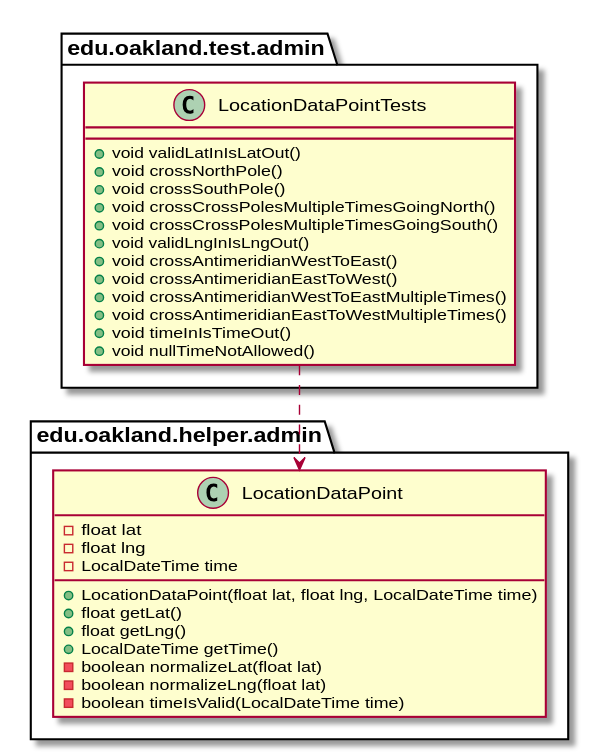
Before: docs/uml-class-diagrams/admin/test/LocationDataPointTests/LocationDataPointTests_Closure.svg, a diagram exported from PlantUML (andrewdimmer/csi-3370-software-project).
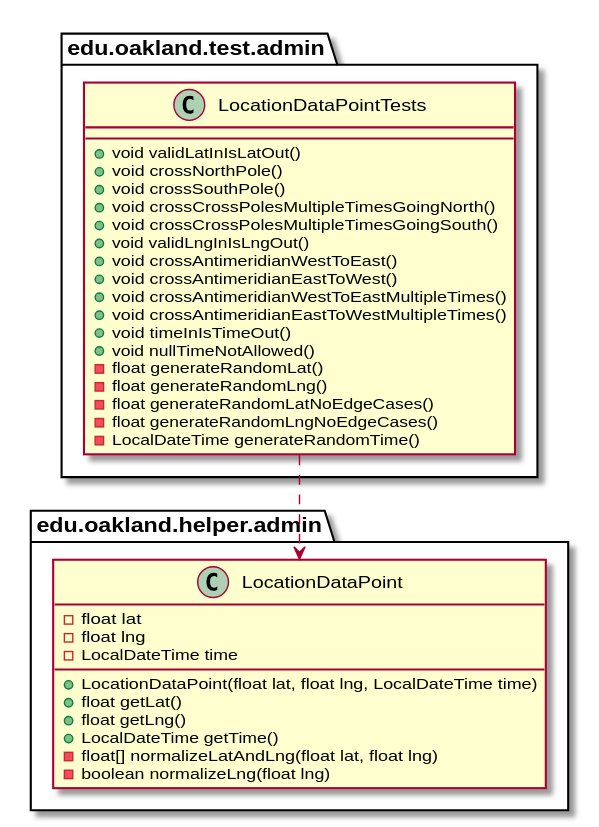
Later version of the same file.

Diff of the diagram source:
```diff
@@ -15,6 +15,11 @@
         + void crossAntimeridianEastToWestMultipleTimes()
         + void timeInIsTimeOut()
         + void nullTimeNotAllowed()
+        - float generateRandomLat()
+        - float generateRandomLng()
+        - float generateRandomLatNoEdgeCases()
+        - float generateRandomLngNoEdgeCases()
+        - LocalDateTime generateRandomTime()
     }
 }
 
@@ -30,9 +35,8 @@
         + float getLat()
         + float getLng()
         + LocalDateTime getTime()
-        - boolean normalizeLat(float lat)
-        - boolean normalizeLng(float lat)
-        - boolean timeIsValid(LocalDateTime time)
+        - float[] normalizeLatAndLng(float lat, float lng)
+        - boolean normalizeLng(float lng)
     }
 }
 
```
